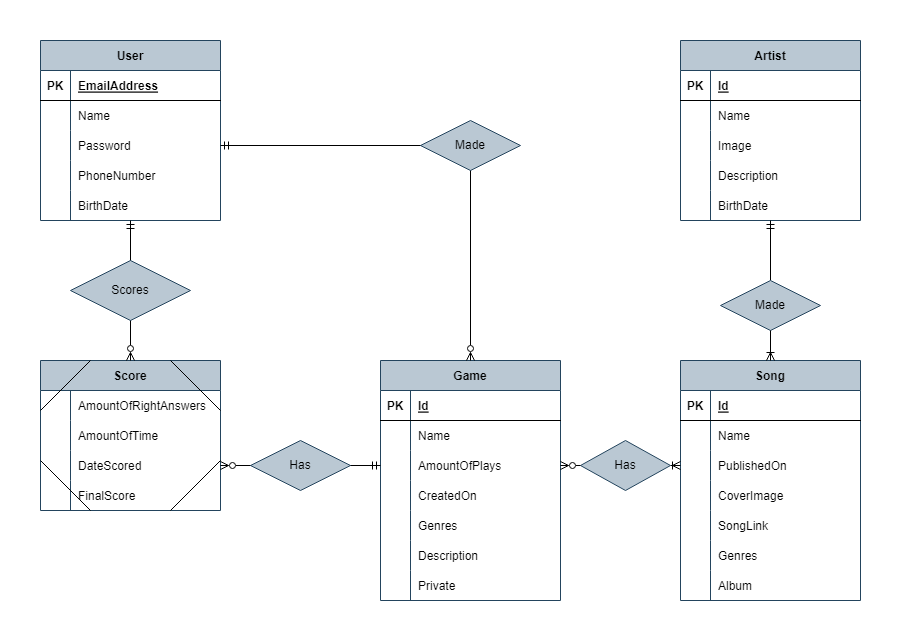
Earlier version of the draw.io export apps/GuessTheSong/src/assets/images/ERD.png (RikVandermullen/guess-the-song). Source tidied: cells renumbered, new cells last; positions are measured from the earlier drawing's top-left corner, leaving out a move shared by most shapes.
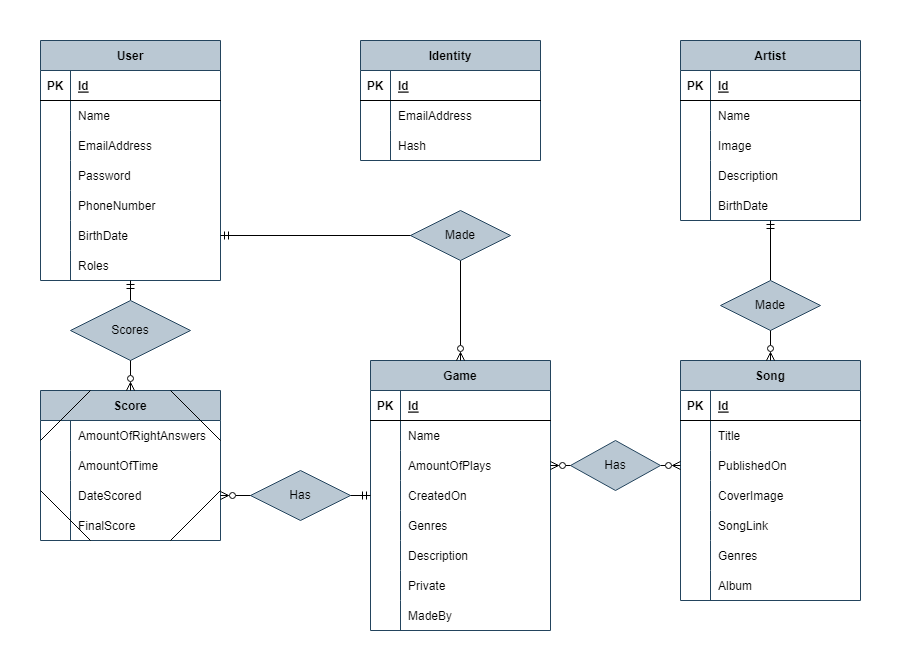
The same diagram one commit later.

What changed in the source:
```diff
@@ -3,10 +3,10 @@
     <mxCell id="0" />
     <mxCell id="1" parent="0" />
     <mxCell id="2" style="rounded=0;whiteSpace=wrap;html=1;strokeColor=none;" parent="1" vertex="1">
-      <mxGeometry width="920" height="640" as="geometry" />
+      <mxGeometry width="920" height="650" as="geometry" />
     </mxCell>
     <mxCell id="3" value="User" style="shape=table;startSize=30;rowLines=0;fontStyle=1;align=center;fillColor=#bac8d3;strokeColor=#23445d;" parent="1" vertex="1">
-      <mxGeometry x="40" y="40" width="180" height="180" as="geometry" />
+      <mxGeometry x="40" y="40" width="180" height="240" as="geometry" />
     </mxCell>
     <mxCell id="4" style="shape=tableRow;horizontal=0;startSize=0;swimlaneHead=0;swimlaneBody=0;fillColor=none;top=0;left=0;right=0;bottom=1;" parent="3" vertex="1">
       <mxGeometry y="30" width="180" height="30" as="geometry" />
@@ -14,7 +14,7 @@
     <mxCell id="5" value="PK" style="shape=partialRectangle;fillColor=none;top=0;left=0;bottom=0;right=0;fontStyle=1;overflow=hidden;" parent="4" vertex="1">
       <mxGeometry width="30" height="30" as="geometry" />
     </mxCell>
-    <mxCell id="6" value="EmailAddress" style="shape=partialRectangle;fillColor=none;top=0;left=0;bottom=0;right=0;align=left;spacingLeft=6;fontStyle=5;overflow=hidden;" parent="4" vertex="1">
+    <mxCell id="6" value="Id" style="shape=partialRectangle;fillColor=none;top=0;left=0;bottom=0;right=0;align=left;spacingLeft=6;fontStyle=5;overflow=hidden;" parent="4" vertex="1">
       <mxGeometry x="30" width="150" height="30" as="geometry" />
     </mxCell>
     <mxCell id="7" style="shape=tableRow;horizontal=0;startSize=0;swimlaneHead=0;swimlaneBody=0;fillColor=none;top=0;left=0;right=0;bottom=0;" parent="3" vertex="1">
@@ -26,8 +26,17 @@
     <mxCell id="9" value="Name" style="shape=partialRectangle;fillColor=none;top=0;left=0;bottom=0;right=0;align=left;spacingLeft=6;overflow=hidden;" parent="7" vertex="1">
       <mxGeometry x="30" width="150" height="30" as="geometry" />
     </mxCell>
+    <mxCell id="110" style="shape=tableRow;horizontal=0;startSize=0;swimlaneHead=0;swimlaneBody=0;fillColor=none;top=0;left=0;right=0;bottom=0;" parent="3" vertex="1">
+      <mxGeometry y="90" width="180" height="30" as="geometry" />
+    </mxCell>
+    <mxCell id="111" style="shape=partialRectangle;fillColor=none;top=0;left=0;bottom=0;right=0;overflow=hidden;" parent="110" vertex="1">
+      <mxGeometry width="30" height="30" as="geometry" />
+    </mxCell>
+    <mxCell id="112" value="EmailAddress" style="shape=partialRectangle;fillColor=none;top=0;left=0;bottom=0;right=0;align=left;spacingLeft=6;overflow=hidden;" parent="110" vertex="1">
+      <mxGeometry x="30" width="150" height="30" as="geometry" />
+    </mxCell>
     <mxCell id="10" style="shape=tableRow;horizontal=0;startSize=0;swimlaneHead=0;swimlaneBody=0;fillColor=none;points=[[0,0.5],[1,0.5]];portConstraint=eastwest;top=0;left=0;right=0;bottom=0;" parent="3" vertex="1">
-      <mxGeometry y="90" width="180" height="30" as="geometry" />
+      <mxGeometry y="120" width="180" height="30" as="geometry" />
     </mxCell>
     <mxCell id="11" style="shape=partialRectangle;fillColor=none;top=0;left=0;bottom=0;right=0;overflow=hidden;" parent="10" vertex="1">
       <mxGeometry width="30" height="30" as="geometry" />
@@ -36,7 +45,7 @@
       <mxGeometry x="30" width="150" height="30" as="geometry" />
     </mxCell>
     <mxCell id="13" style="shape=tableRow;horizontal=0;startSize=0;swimlaneHead=0;swimlaneBody=0;fillColor=none;top=0;left=0;right=0;bottom=0;" parent="3" vertex="1">
-      <mxGeometry y="120" width="180" height="30" as="geometry" />
+      <mxGeometry y="150" width="180" height="30" as="geometry" />
     </mxCell>
     <mxCell id="14" style="shape=partialRectangle;fillColor=none;top=0;left=0;bottom=0;right=0;overflow=hidden;" parent="13" vertex="1">
       <mxGeometry width="30" height="30" as="geometry" />
@@ -45,7 +54,7 @@
       <mxGeometry x="30" width="150" height="30" as="geometry" />
     </mxCell>
     <mxCell id="16" style="shape=tableRow;horizontal=0;startSize=0;swimlaneHead=0;swimlaneBody=0;fillColor=none;points=[[0,0.5],[1,0.5]];portConstraint=eastwest;top=0;left=0;right=0;bottom=0;" parent="3" vertex="1">
-      <mxGeometry y="150" width="180" height="30" as="geometry" />
+      <mxGeometry y="180" width="180" height="30" as="geometry" />
     </mxCell>
     <mxCell id="17" style="shape=partialRectangle;fillColor=none;top=0;left=0;bottom=0;right=0;overflow=hidden;" parent="16" vertex="1">
       <mxGeometry width="30" height="30" as="geometry" />
@@ -53,6 +62,15 @@
     <mxCell id="18" value="BirthDate" style="shape=partialRectangle;fillColor=none;top=0;left=0;bottom=0;right=0;align=left;spacingLeft=6;overflow=hidden;" parent="16" vertex="1">
       <mxGeometry x="30" width="150" height="30" as="geometry" />
     </mxCell>
+    <mxCell id="113" style="shape=tableRow;horizontal=0;startSize=0;swimlaneHead=0;swimlaneBody=0;fillColor=none;top=0;left=0;right=0;bottom=0;" parent="3" vertex="1">
+      <mxGeometry y="210" width="180" height="30" as="geometry" />
+    </mxCell>
+    <mxCell id="114" style="shape=partialRectangle;fillColor=none;top=0;left=0;bottom=0;right=0;overflow=hidden;" parent="113" vertex="1">
+      <mxGeometry width="30" height="30" as="geometry" />
+    </mxCell>
+    <mxCell id="115" value="Roles" style="shape=partialRectangle;fillColor=none;top=0;left=0;bottom=0;right=0;align=left;spacingLeft=6;overflow=hidden;" parent="113" vertex="1">
+      <mxGeometry x="30" width="150" height="30" as="geometry" />
+    </mxCell>
     <mxCell id="19" value="Song" style="shape=table;startSize=30;rowLines=0;fontStyle=1;align=center;fillColor=#bac8d3;strokeColor=#23445d;" parent="1" vertex="1">
       <mxGeometry x="680" y="360" width="180" height="240" as="geometry" />
     </mxCell>
@@ -71,7 +89,7 @@
     <mxCell id="24" style="shape=partialRectangle;fillColor=none;top=0;left=0;bottom=0;right=0;overflow=hidden;" parent="23" vertex="1">
       <mxGeometry width="30" height="30" as="geometry" />
     </mxCell>
-    <mxCell id="25" value="Name" style="shape=partialRectangle;fillColor=none;top=0;left=0;bottom=0;right=0;align=left;spacingLeft=6;overflow=hidden;" parent="23" vertex="1">
+    <mxCell id="25" value="Title" style="shape=partialRectangle;fillColor=none;top=0;left=0;bottom=0;right=0;align=left;spacingLeft=6;overflow=hidden;" parent="23" vertex="1">
       <mxGeometry x="30" width="150" height="30" as="geometry" />
     </mxCell>
     <mxCell id="26" style="shape=tableRow;horizontal=0;startSize=0;swimlaneHead=0;swimlaneBody=0;fillColor=none;points=[[0,0.5],[1,0.5]];portConstraint=eastwest;top=0;left=0;right=0;bottom=0;" parent="19" vertex="1">
@@ -120,7 +138,7 @@
       <mxGeometry x="30" width="150" height="30" as="geometry" />
     </mxCell>
     <mxCell id="41" value="Game" style="shape=table;startSize=30;rowLines=0;fontStyle=1;align=center;fillColor=#bac8d3;strokeColor=#23445d;" parent="1" vertex="1">
-      <mxGeometry x="380" y="360" width="180" height="240" as="geometry" />
+      <mxGeometry x="370" y="360" width="180" height="270" as="geometry" />
     </mxCell>
     <mxCell id="42" style="shape=tableRow;horizontal=0;startSize=0;swimlaneHead=0;swimlaneBody=0;fillColor=none;top=0;left=0;right=0;bottom=1;" parent="41" vertex="1">
       <mxGeometry y="30" width="180" height="30" as="geometry" />
@@ -185,8 +203,17 @@
     <mxCell id="62" value="Private" style="shape=partialRectangle;fillColor=none;top=0;left=0;bottom=0;right=0;align=left;spacingLeft=6;overflow=hidden;" parent="60" vertex="1">
       <mxGeometry x="30" width="150" height="30" as="geometry" />
     </mxCell>
+    <mxCell id="116" style="shape=tableRow;horizontal=0;startSize=0;swimlaneHead=0;swimlaneBody=0;fillColor=none;top=0;left=0;right=0;bottom=0;" parent="41" vertex="1">
+      <mxGeometry y="240" width="180" height="30" as="geometry" />
+    </mxCell>
+    <mxCell id="117" style="shape=partialRectangle;fillColor=none;top=0;left=0;bottom=0;right=0;overflow=hidden;" parent="116" vertex="1">
+      <mxGeometry width="30" height="30" as="geometry" />
+    </mxCell>
+    <mxCell id="118" value="MadeBy" style="shape=partialRectangle;fillColor=none;top=0;left=0;bottom=0;right=0;align=left;spacingLeft=6;overflow=hidden;" parent="116" vertex="1">
+      <mxGeometry x="30" width="150" height="30" as="geometry" />
+    </mxCell>
     <mxCell id="63" value="Score" style="shape=table;startSize=30;rowLines=0;fontStyle=1;align=center;fillColor=#bac8d3;strokeColor=#23445d;" parent="1" vertex="1">
-      <mxGeometry x="40" y="360" width="180" height="150" as="geometry" />
+      <mxGeometry x="40" y="390" width="180" height="150" as="geometry" />
     </mxCell>
     <mxCell id="64" style="shape=tableRow;horizontal=0;startSize=0;swimlaneHead=0;swimlaneBody=0;fillColor=none;top=0;left=0;right=0;bottom=0;" parent="63" vertex="1">
       <mxGeometry y="30" width="180" height="30" as="geometry" />
@@ -224,7 +251,7 @@
     <mxCell id="75" value="FinalScore" style="shape=partialRectangle;fillColor=none;top=0;left=0;bottom=0;right=0;align=left;spacingLeft=6;fontStyle=0;overflow=hidden;" parent="73" vertex="1">
       <mxGeometry x="30" width="150" height="30" as="geometry" />
     </mxCell>
-    <mxCell id="76" style="endArrow=ERmandOne;html=1;rounded=0;exitX=0.5;exitY=0;exitDx=0;exitDy=0;entryX=0.5;entryY=1;entryDx=0;entryDy=0;endFill=0;startArrow=ERzeroToMany;startFill=0;" parent="1" edge="1" source="63" target="3">
+    <mxCell id="76" style="endArrow=ERmandOne;html=1;rounded=0;exitX=0.5;exitY=0;exitDx=0;exitDy=0;entryX=0.5;entryY=1;entryDx=0;entryDy=0;endFill=0;startArrow=none;startFill=0;" parent="1" edge="1" source="93" target="3">
       <mxGeometry relative="1" as="geometry" />
     </mxCell>
     <mxCell id="77" value="Artist" style="shape=table;startSize=30;rowLines=0;fontStyle=1;align=center;fillColor=#bac8d3;strokeColor=#23445d;" parent="1" vertex="1">
@@ -275,16 +302,13 @@
     <mxCell id="92" value="BirthDate" style="shape=partialRectangle;fillColor=none;top=0;left=0;bottom=0;right=0;align=left;spacingLeft=6;overflow=hidden;" parent="90" vertex="1">
       <mxGeometry x="30" width="150" height="30" as="geometry" />
     </mxCell>
-    <mxCell id="93" value="Scores" style="shape=rhombus;perimeter=rhombusPerimeter;whiteSpace=wrap;html=1;align=center;fillColor=#bac8d3;strokeColor=#23445d;" parent="1" vertex="1">
-      <mxGeometry x="70" y="260" width="120" height="60" as="geometry" />
-    </mxCell>
-    <mxCell id="94" style="endArrow=ERmandOne;html=1;rounded=0;exitX=1;exitY=0.5;exitDx=0;exitDy=0;entryX=0;entryY=0.5;entryDx=0;entryDy=0;startArrow=ERzeroToMany;startFill=0;endFill=0;" parent="1" edge="1" source="70" target="48">
+    <mxCell id="94" style="endArrow=ERmandOne;html=1;rounded=0;exitX=1;exitY=0.5;exitDx=0;exitDy=0;entryX=0;entryY=0.5;entryDx=0;entryDy=0;startArrow=ERzeroToMany;startFill=0;endFill=0;" parent="1" edge="1" source="70" target="51">
       <mxGeometry relative="1" as="geometry" />
     </mxCell>
     <mxCell id="95" value="Has" style="shape=rhombus;perimeter=rhombusPerimeter;whiteSpace=wrap;html=1;align=center;fillColor=#bac8d3;strokeColor=#23445d;" parent="1" vertex="1">
-      <mxGeometry x="250" y="440" width="100" height="50" as="geometry" />
+      <mxGeometry x="250" y="470" width="100" height="50" as="geometry" />
     </mxCell>
-    <mxCell id="96" style="endArrow=ERoneToMany;html=1;rounded=0;exitX=1;exitY=0.5;exitDx=0;exitDy=0;endFill=0;startArrow=none;startFill=0;entryX=0;entryY=0.5;entryDx=0;entryDy=0;" parent="1" edge="1" source="102" target="26">
+    <mxCell id="96" style="endArrow=ERzeroToMany;html=1;rounded=0;exitX=1;exitY=0.5;exitDx=0;exitDy=0;endFill=0;startArrow=none;startFill=0;entryX=0;entryY=0.5;entryDx=0;entryDy=0;" parent="1" edge="1" source="102" target="26">
       <mxGeometry relative="1" as="geometry" />
     </mxCell>
     <mxCell id="97" style="endArrow=ERmandOne;html=1;rounded=0;exitX=0.5;exitY=0;exitDx=0;exitDy=0;endFill=0;startArrow=none;startFill=0;" parent="1" edge="1" source="98">
@@ -295,7 +319,7 @@
     <mxCell id="98" value="Made" style="shape=rhombus;perimeter=rhombusPerimeter;whiteSpace=wrap;html=1;align=center;fillColor=#bac8d3;strokeColor=#23445d;" parent="1" vertex="1">
       <mxGeometry x="720" y="280" width="100" height="50" as="geometry" />
     </mxCell>
-    <mxCell id="99" style="endArrow=none;html=1;rounded=0;endFill=0;startArrow=ERoneToMany;startFill=0;exitX=0.5;exitY=0;exitDx=0;exitDy=0;" parent="1" edge="1" source="19" target="98">
+    <mxCell id="99" style="endArrow=none;html=1;rounded=0;endFill=0;startArrow=ERzeroToMany;startFill=0;exitX=0.5;exitY=0;exitDx=0;exitDy=0;" parent="1" edge="1" source="19" target="98">
       <mxGeometry relative="1" as="geometry" />
     </mxCell>
     <mxCell id="100" style="shape=tableRow;horizontal=0;startSize=0;swimlaneHead=0;swimlaneBody=0;fillColor=none;top=0;left=0;right=0;bottom=0;" parent="1" vertex="1">
@@ -305,44 +329,80 @@
       <mxGeometry width="30" height="30" as="geometry" />
     </mxCell>
     <mxCell id="102" value="Has" style="shape=rhombus;perimeter=rhombusPerimeter;whiteSpace=wrap;html=1;align=center;fillColor=#bac8d3;strokeColor=#23445d;" parent="1" vertex="1">
-      <mxGeometry x="580" y="440" width="90" height="50" as="geometry" />
+      <mxGeometry x="570" y="440" width="90" height="50" as="geometry" />
     </mxCell>
     <mxCell id="103" style="endArrow=none;html=1;rounded=0;exitX=1;exitY=0.5;exitDx=0;exitDy=0;endFill=0;startArrow=ERzeroToMany;startFill=0;entryX=0;entryY=0.5;entryDx=0;entryDy=0;" parent="1" edge="1" source="48" target="102">
       <mxGeometry relative="1" as="geometry" />
     </mxCell>
     <mxCell id="104" style="endArrow=none;html=1;rounded=0;" parent="1" edge="1">
       <mxGeometry relative="1" as="geometry">
-        <mxPoint x="170" y="510" as="sourcePoint" />
-        <mxPoint x="220" y="460" as="targetPoint" />
+        <mxPoint x="170" y="540" as="sourcePoint" />
+        <mxPoint x="220" y="490" as="targetPoint" />
       </mxGeometry>
     </mxCell>
     <mxCell id="105" style="endArrow=none;html=1;rounded=0;" parent="1" edge="1">
       <mxGeometry relative="1" as="geometry">
-        <mxPoint x="40" y="410" as="sourcePoint" />
-        <mxPoint x="90" y="360" as="targetPoint" />
+        <mxPoint x="40" y="440" as="sourcePoint" />
+        <mxPoint x="90" y="390" as="targetPoint" />
       </mxGeometry>
     </mxCell>
     <mxCell id="106" style="endArrow=none;html=1;rounded=0;" parent="1" edge="1">
       <mxGeometry relative="1" as="geometry">
-        <mxPoint x="170" y="360" as="sourcePoint" />
-        <mxPoint x="220" y="410" as="targetPoint" />
+        <mxPoint x="170" y="390" as="sourcePoint" />
+        <mxPoint x="220" y="440" as="targetPoint" />
       </mxGeometry>
     </mxCell>
     <mxCell id="107" style="endArrow=none;html=1;rounded=0;" parent="1" edge="1">
       <mxGeometry relative="1" as="geometry">
-        <mxPoint x="40" y="460" as="sourcePoint" />
-        <mxPoint x="90" y="510" as="targetPoint" />
+        <mxPoint x="40" y="490" as="sourcePoint" />
+        <mxPoint x="90" y="540" as="targetPoint" />
       </mxGeometry>
     </mxCell>
-    <mxCell id="108" style="endArrow=ERmandOne;html=1;rounded=0;entryX=1;entryY=0.5;entryDx=0;entryDy=0;exitX=0.5;exitY=0;exitDx=0;exitDy=0;startArrow=ERzeroToMany;startFill=0;endFill=0;" parent="1" edge="1" source="41" target="10">
+    <mxCell id="108" style="endArrow=ERmandOne;html=1;rounded=0;entryX=1;entryY=0.5;entryDx=0;entryDy=0;exitX=0.5;exitY=0;exitDx=0;exitDy=0;startArrow=ERzeroToMany;startFill=0;endFill=0;" parent="1" edge="1" source="41" target="16">
       <mxGeometry relative="1" as="geometry">
         <Array as="points">
-          <mxPoint x="470" y="145" />
+          <mxPoint x="460" y="235" />
         </Array>
       </mxGeometry>
     </mxCell>
     <mxCell id="109" value="Made" style="shape=rhombus;perimeter=rhombusPerimeter;whiteSpace=wrap;html=1;align=center;fillColor=#bac8d3;strokeColor=#23445d;" parent="1" vertex="1">
-      <mxGeometry x="420" y="120" width="100" height="50" as="geometry" />
+      <mxGeometry x="410" y="210" width="100" height="50" as="geometry" />
     </mxCell>
+    <mxCell id="93" value="Scores" style="shape=rhombus;perimeter=rhombusPerimeter;whiteSpace=wrap;html=1;align=center;fillColor=#bac8d3;strokeColor=#23445d;" parent="1" vertex="1">
+      <mxGeometry x="70" y="300" width="120" height="60" as="geometry" />
+    </mxCell>
+    <mxCell id="119" style="endArrow=none;html=1;rounded=0;exitX=0.5;exitY=0;exitDx=0;exitDy=0;entryX=0.5;entryY=1;entryDx=0;entryDy=0;endFill=0;startArrow=ERzeroToMany;startFill=0;" parent="1" edge="1" source="63" target="93">
+      <mxGeometry relative="1" as="geometry" />
+    </mxCell>
+    <mxCell id="120" value="Identity" style="shape=table;startSize=30;rowLines=0;fontStyle=1;align=center;fillColor=#bac8d3;strokeColor=#23445d;" parent="1" vertex="1">
+      <mxGeometry x="360" y="40" width="180" height="120" as="geometry" />
+    </mxCell>
+    <mxCell id="121" style="shape=tableRow;horizontal=0;startSize=0;swimlaneHead=0;swimlaneBody=0;fillColor=none;top=0;left=0;right=0;bottom=1;" parent="120" vertex="1">
+      <mxGeometry y="30" width="180" height="30" as="geometry" />
+    </mxCell>
+    <mxCell id="122" value="PK" style="shape=partialRectangle;fillColor=none;top=0;left=0;bottom=0;right=0;fontStyle=1;overflow=hidden;" parent="121" vertex="1">
+      <mxGeometry width="30" height="30" as="geometry" />
+    </mxCell>
+    <mxCell id="123" value="Id" style="shape=partialRectangle;fillColor=none;top=0;left=0;bottom=0;right=0;align=left;spacingLeft=6;fontStyle=5;overflow=hidden;" parent="121" vertex="1">
+      <mxGeometry x="30" width="150" height="30" as="geometry" />
+    </mxCell>
+    <mxCell id="124" style="shape=tableRow;horizontal=0;startSize=0;swimlaneHead=0;swimlaneBody=0;fillColor=none;top=0;left=0;right=0;bottom=0;" parent="120" vertex="1">
+      <mxGeometry y="60" width="180" height="30" as="geometry" />
+    </mxCell>
+    <mxCell id="125" style="shape=partialRectangle;fillColor=none;top=0;left=0;bottom=0;right=0;overflow=hidden;" parent="124" vertex="1">
+      <mxGeometry width="30" height="30" as="geometry" />
+    </mxCell>
+    <mxCell id="126" value="EmailAddress" style="shape=partialRectangle;fillColor=none;top=0;left=0;bottom=0;right=0;align=left;spacingLeft=6;overflow=hidden;" parent="124" vertex="1">
+      <mxGeometry x="30" width="150" height="30" as="geometry" />
+    </mxCell>
+    <mxCell id="127" style="shape=tableRow;horizontal=0;startSize=0;swimlaneHead=0;swimlaneBody=0;fillColor=none;top=0;left=0;right=0;bottom=0;" parent="120" vertex="1">
+      <mxGeometry y="90" width="180" height="30" as="geometry" />
+    </mxCell>
+    <mxCell id="128" style="shape=partialRectangle;fillColor=none;top=0;left=0;bottom=0;right=0;overflow=hidden;" parent="127" vertex="1">
+      <mxGeometry width="30" height="30" as="geometry" />
+    </mxCell>
+    <mxCell id="129" value="Hash" style="shape=partialRectangle;fillColor=none;top=0;left=0;bottom=0;right=0;align=left;spacingLeft=6;overflow=hidden;" parent="127" vertex="1">
+      <mxGeometry x="30" width="150" height="30" as="geometry" />
+    </mxCell>
   </root>
 </mxGraphModel>
```
